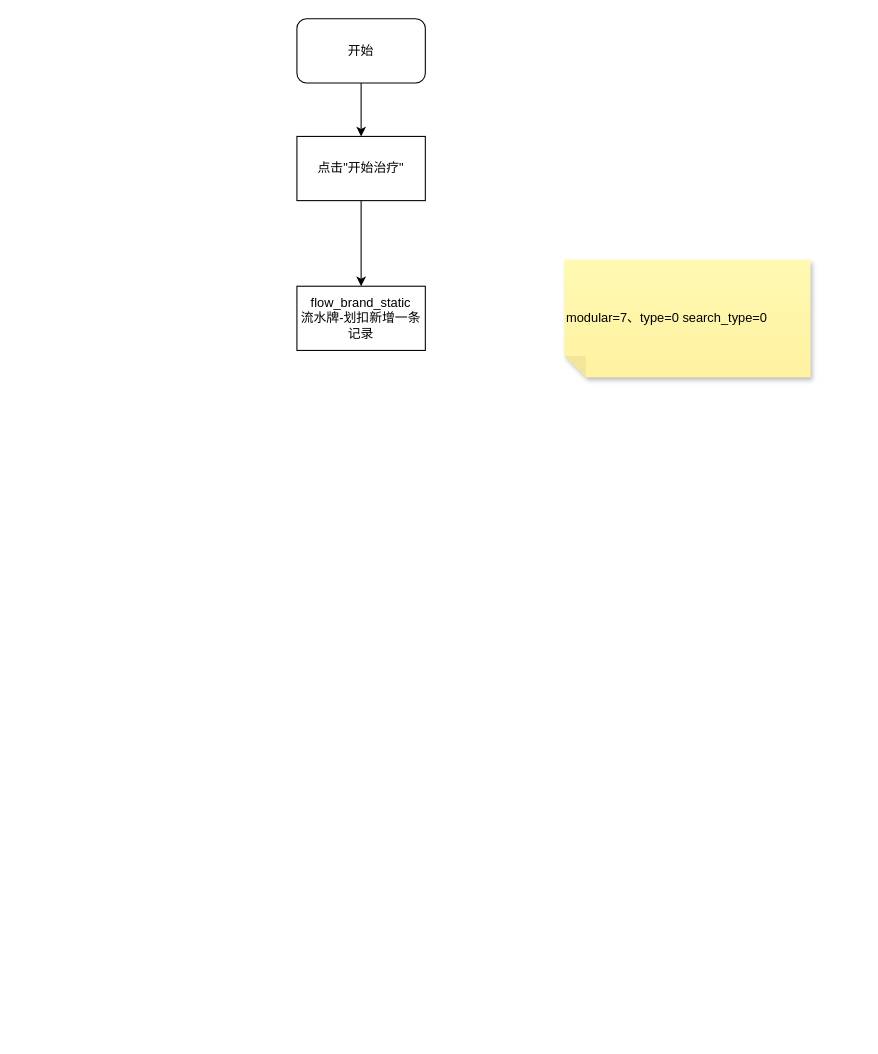
Before: ys_治疗流程.drawio in LuckyHuXing/mcp-server-demo, a draw.io diagram. Source tidied: cells renumbered, new cells numbered last; positions are measured from the earlier drawing's top-left corner, leaving out a move shared by most shapes. Both pictures are drawn from the tidied source at 107%, with x=0, y=0 at pixel (296, 18).
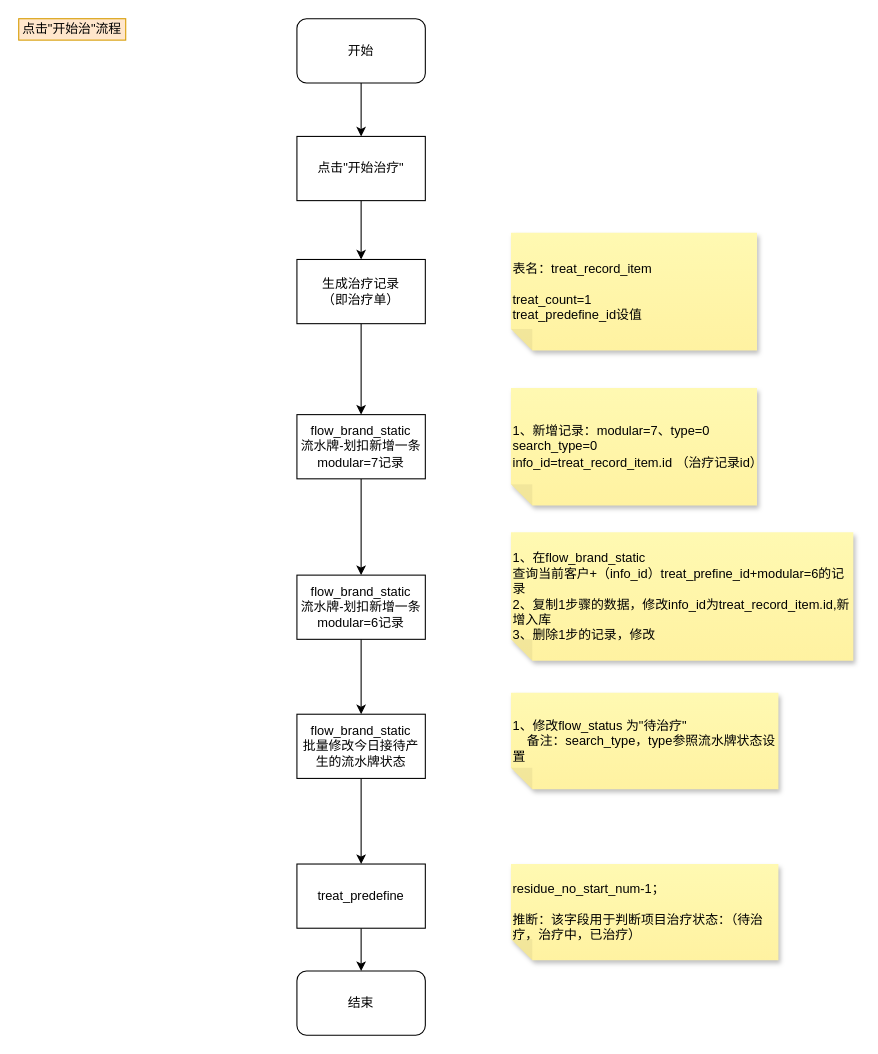
Above is the later version.

Commit message:
更新ys_治疗流程.drawio

Unchanged cells that the change refers to:
```xml
<mxCell id="5" value="点击&quot;开始治疗&quot;" style="rounded=0;whiteSpace=wrap;html=1;" parent="1" vertex="1">
  <mxGeometry y="110" width="120" height="60" as="geometry" />
</mxCell>
```

The edit, as a diff of the source:
```diff
@@
-    <mxCell id="4" style="edgeStyle=orthogonalEdgeStyle;rounded=0;jettySize=auto;html=1;" parent="1" edge="1" source="5" target="6">
-      <mxGeometry relative="1" as="geometry" />
-    </mxCell>
+    <mxCell id="8" style="edgeStyle=orthogonalEdgeStyle;rounded=0;jettySize=auto;html=1;" parent="1" edge="1" source="5" target="11">
+      <mxGeometry relative="1" as="geometry" />
+    </mxCell>
@@
+    <mxCell id="9" style="edgeStyle=orthogonalEdgeStyle;rounded=0;jettySize=auto;html=1;entryX=0.5;entryY=0;entryDx=0;entryDy=0;" parent="1" edge="1" source="6" target="14">
+      <mxGeometry relative="1" as="geometry" />
+    </mxCell>
-    <mxCell id="6" value="flow_brand_static&lt;div&gt;流水牌-划扣新增一条记录&lt;/div&gt;" style="rounded=0;whiteSpace=wrap;html=1;" parent="1" vertex="1">
-      <mxGeometry y="250" width="120" height="60" as="geometry" />
+    <mxCell id="6" value="flow_brand_static&lt;div&gt;流水牌-划扣新增一条&lt;span style=&quot;text-align: left; background-color: transparent; color: light-dark(rgb(0, 0, 0), rgb(255, 255, 255));&quot;&gt;modular=7&lt;/span&gt;&lt;span style=&quot;background-color: transparent; color: light-dark(rgb(0, 0, 0), rgb(255, 255, 255));&quot;&gt;记录&lt;/span&gt;&lt;/div&gt;" style="rounded=0;whiteSpace=wrap;html=1;" parent="1" vertex="1">
+      <mxGeometry y="370" width="120" height="60" as="geometry" />
     </mxCell>
-    <mxCell id="7" value="&lt;div style=&quot;&quot;&gt;modular=7、&lt;span style=&quot;background-color: transparent; color: light-dark(rgb(0, 0, 0), rgb(237, 237, 237));&quot;&gt;type=0 search_type=0&lt;/span&gt;&lt;/div&gt;" style="shape=note;whiteSpace=wrap;html=1;backgroundOutline=1;fontColor=#000000;darkOpacity=0.05;fillColor=#FFF9B2;strokeColor=none;fillStyle=solid;direction=west;gradientDirection=north;gradientColor=#FFF2A1;shadow=1;size=20;align=left;" parent="1" vertex="1">
-      <mxGeometry x="250" y="225" width="230" height="110" as="geometry" />
+    <mxCell id="7" value="&lt;div style=&quot;&quot;&gt;1、新增记录：modular=7、&lt;span style=&quot;background-color: transparent; color: light-dark(rgb(0, 0, 0), rgb(237, 237, 237));&quot;&gt;type=0 search_type=0&lt;/span&gt;&lt;/div&gt;&lt;div style=&quot;&quot;&gt;&lt;span style=&quot;background-color: transparent; color: light-dark(rgb(0, 0, 0), rgb(237, 237, 237));&quot;&gt;info_id=&lt;/span&gt;&lt;span style=&quot;background-color: transparent;&quot;&gt;treat_record_item.id （治疗记录id）&lt;/span&gt;&lt;/div&gt;" style="shape=note;whiteSpace=wrap;html=1;backgroundOutline=1;fontColor=#000000;darkOpacity=0.05;fillColor=#FFF9B2;strokeColor=none;fillStyle=solid;direction=west;gradientDirection=north;gradientColor=#FFF2A1;shadow=1;size=20;align=left;" parent="1" vertex="1">
+      <mxGeometry x="200" y="345" width="230" height="110" as="geometry" />
     </mxCell>
+    <mxCell id="10" style="edgeStyle=orthogonalEdgeStyle;rounded=0;jettySize=auto;html=1;" parent="1" edge="1" source="11" target="6">
+      <mxGeometry relative="1" as="geometry" />
+    </mxCell>
+    <mxCell id="11" value="生成治疗记录&lt;div&gt;（即治疗单）&lt;/div&gt;" style="rounded=0;whiteSpace=wrap;html=1;" parent="1" vertex="1">
+      <mxGeometry y="225" width="120" height="60" as="geometry" />
+    </mxCell>
+    <mxCell id="12" value="&lt;div style=&quot;&quot;&gt;表名：treat_record_item&lt;/div&gt;&lt;div style=&quot;&quot;&gt;&lt;br&gt;&lt;/div&gt;&lt;div style=&quot;&quot;&gt;treat_count=1&lt;/div&gt;&lt;div style=&quot;&quot;&gt;treat_predefine_id设值&lt;/div&gt;" style="shape=note;whiteSpace=wrap;html=1;backgroundOutline=1;fontColor=#000000;darkOpacity=0.05;fillColor=#FFF9B2;strokeColor=none;fillStyle=solid;direction=west;gradientDirection=north;gradientColor=#FFF2A1;shadow=1;size=20;align=left;" parent="1" vertex="1">
+      <mxGeometry x="200" y="200" width="230" height="110" as="geometry" />
+    </mxCell>
+    <mxCell id="13" style="edgeStyle=orthogonalEdgeStyle;rounded=0;jettySize=auto;html=1;entryX=0.5;entryY=0;entryDx=0;entryDy=0;" parent="1" edge="1" source="14" target="17">
+      <mxGeometry relative="1" as="geometry" />
+    </mxCell>
+    <mxCell id="14" value="flow_brand_static&lt;div&gt;流水牌-划扣新增一条&lt;span style=&quot;text-align: left; background-color: transparent; color: light-dark(rgb(0, 0, 0), rgb(255, 255, 255));&quot;&gt;modular=6&lt;/span&gt;&lt;span style=&quot;background-color: transparent; color: light-dark(rgb(0, 0, 0), rgb(255, 255, 255));&quot;&gt;记录&lt;/span&gt;&lt;/div&gt;" style="rounded=0;whiteSpace=wrap;html=1;" parent="1" vertex="1">
+      <mxGeometry y="520" width="120" height="60" as="geometry" />
+    </mxCell>
+    <mxCell id="15" value="&lt;div style=&quot;&quot;&gt;1、在&lt;span style=&quot;text-align: center; background-color: transparent; color: light-dark(rgb(0, 0, 0), rgb(237, 237, 237));&quot;&gt;flow_brand_static&lt;/span&gt;&lt;/div&gt;&lt;div style=&quot;&quot;&gt;查询当前客户+（info_id）treat_prefine_id+modular=6的记录&lt;/div&gt;&lt;div style=&quot;&quot;&gt;2、复制1步骤的数据，修改info_id为&lt;span style=&quot;background-color: transparent; color: light-dark(rgb(0, 0, 0), rgb(237, 237, 237));&quot;&gt;treat_record_item.id,新增入库&lt;/span&gt;&lt;/div&gt;&lt;div style=&quot;&quot;&gt;&lt;span style=&quot;background-color: transparent; color: light-dark(rgb(0, 0, 0), rgb(237, 237, 237));&quot;&gt;3、删除1步的记录，修改&lt;/span&gt;&lt;/div&gt;" style="shape=note;whiteSpace=wrap;html=1;backgroundOutline=1;fontColor=#000000;darkOpacity=0.05;fillColor=#FFF9B2;strokeColor=none;fillStyle=solid;direction=west;gradientDirection=north;gradientColor=#FFF2A1;shadow=1;size=20;align=left;" parent="1" vertex="1">
+      <mxGeometry x="200" y="480" width="320" height="120" as="geometry" />
+    </mxCell>
+    <mxCell id="16" style="edgeStyle=orthogonalEdgeStyle;rounded=0;jettySize=auto;html=1;" parent="1" edge="1" source="17" target="20">
+      <mxGeometry relative="1" as="geometry" />
+    </mxCell>
+    <mxCell id="17" value="&lt;div&gt;flow_brand_static&lt;/div&gt;批量修改今日接待产生的流水牌状态" style="rounded=0;whiteSpace=wrap;html=1;" parent="1" vertex="1">
+      <mxGeometry y="650" width="120" height="60" as="geometry" />
+    </mxCell>
+    <mxCell id="18" value="&lt;div style=&quot;&quot;&gt;1、修改flow_status 为&quot;待治疗&quot;&lt;/div&gt;&lt;div style=&quot;&quot;&gt;&amp;nbsp; &amp;nbsp; 备注：search_type，type参照流水牌状态设置&lt;/div&gt;" style="shape=note;whiteSpace=wrap;html=1;backgroundOutline=1;fontColor=#000000;darkOpacity=0.05;fillColor=#FFF9B2;strokeColor=none;fillStyle=solid;direction=west;gradientDirection=north;gradientColor=#FFF2A1;shadow=1;size=20;align=left;" parent="1" vertex="1">
+      <mxGeometry x="200" y="630" width="250" height="90" as="geometry" />
+    </mxCell>
+    <mxCell id="19" style="edgeStyle=orthogonalEdgeStyle;rounded=0;jettySize=auto;html=1;" parent="1" edge="1" source="20" target="22">
+      <mxGeometry relative="1" as="geometry" />
+    </mxCell>
+    <mxCell id="20" value="treat_predefine" style="rounded=0;whiteSpace=wrap;html=1;" parent="1" vertex="1">
+      <mxGeometry y="790" width="120" height="60" as="geometry" />
+    </mxCell>
+    <mxCell id="21" value="&lt;div style=&quot;&quot;&gt;residue_no_start_num-1；&lt;/div&gt;&lt;div style=&quot;&quot;&gt;&lt;br&gt;&lt;/div&gt;&lt;div style=&quot;&quot;&gt;推断：该字段用于判断项目治疗状态：（待治疗，治疗中，已治疗）&lt;/div&gt;" style="shape=note;whiteSpace=wrap;html=1;backgroundOutline=1;fontColor=#000000;darkOpacity=0.05;fillColor=#FFF9B2;strokeColor=none;fillStyle=solid;direction=west;gradientDirection=north;gradientColor=#FFF2A1;shadow=1;size=20;align=left;" parent="1" vertex="1">
+      <mxGeometry x="200" y="790" width="250" height="90" as="geometry" />
+    </mxCell>
+    <mxCell id="22" value="结束" style="rounded=1;whiteSpace=wrap;html=1;" parent="1" vertex="1">
+      <mxGeometry y="890" width="120" height="60" as="geometry" />
+    </mxCell>
+    <mxCell id="23" value="点击&quot;开始治&quot;流程" style="text;html=1;whiteSpace=wrap;strokeColor=#d79b00;fillColor=#ffe6cc;align=center;verticalAlign=middle;rounded=0;" parent="1" vertex="1">
+      <mxGeometry x="-260" width="100" height="20" as="geometry" />
+    </mxCell>
```
